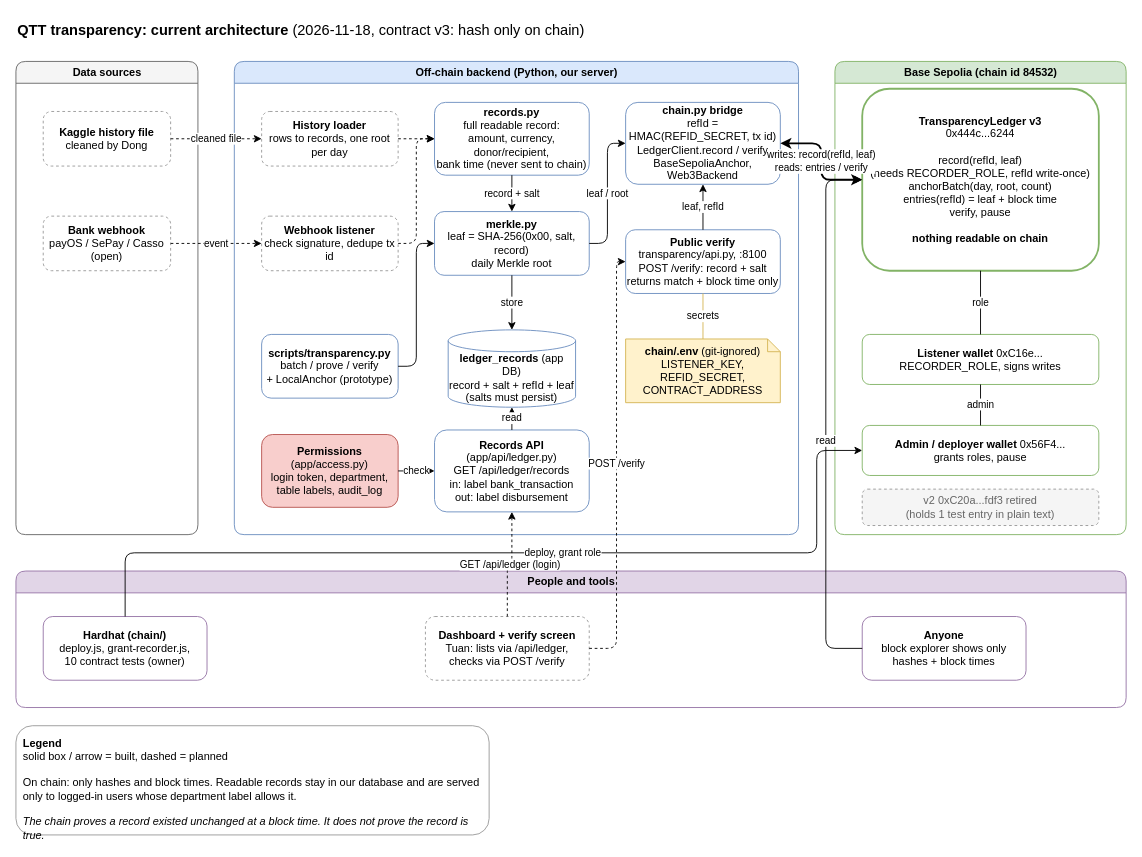
Above: docs/architecture.drawio in kyoya156/QTT-transparency-and-blockchain (draw.io), before the change. Source tidied: cells renumbered, new cells numbered last; positions are measured from the earlier drawing's top-left corner, leaving out a move shared by most shapes. Both pictures are drawn from the tidied source at 91%, with x=0, y=0 at pixel (15, 15).
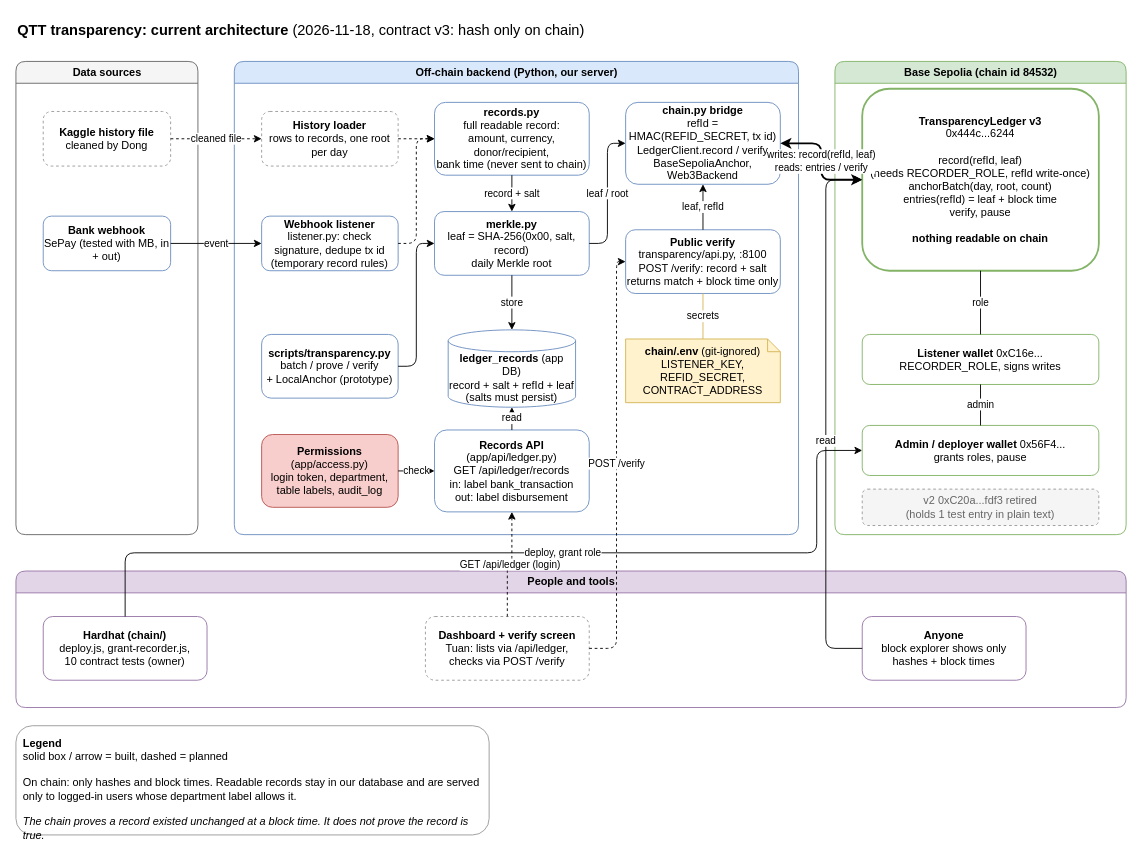
Above is the later version.

Unchanged cells that the change refers to:
```xml
<mxCell id="3" value="Data sources" style="swimlane;startSize=24;html=1;rounded=1;fillColor=#f5f5f5;strokeColor=#666666;" parent="1" vertex="1">
  <mxGeometry y="50" width="200" height="520" as="geometry" />
</mxCell>
<mxCell id="6" value="Off-chain backend (Python, our server)" style="swimlane;startSize=24;html=1;rounded=1;fillColor=#dae8fc;strokeColor=#6c8ebf;" parent="1" vertex="1">
  <mxGeometry x="240" y="50" width="620" height="520" as="geometry" />
</mxCell>
```

Diff of the diagram source:
```diff
@@
-    <mxCell id="5" value="&lt;b&gt;Bank webhook&lt;/b&gt;&lt;br&gt;payOS / SePay / Casso (open)" style="rounded=1;whiteSpace=wrap;html=1;dashed=1;fillColor=#ffffff;strokeColor=#999999;" parent="3" vertex="1">
+    <mxCell id="5" value="&lt;b&gt;Bank webhook&lt;/b&gt;&lt;br&gt;SePay (tested with MB, in + out)" style="rounded=1;whiteSpace=wrap;html=1;fillColor=#ffffff;strokeColor=#6c8ebf;" parent="3" vertex="1">
       <mxGeometry x="30" y="170" width="140" height="60" as="geometry" />
     </mxCell>
@@
-    <mxCell id="8" value="&lt;b&gt;Webhook listener&lt;/b&gt;&lt;br&gt;check signature, dedupe tx id" style="rounded=1;whiteSpace=wrap;html=1;dashed=1;fillColor=#ffffff;strokeColor=#999999;" parent="6" vertex="1">
+    <mxCell id="8" value="&lt;b&gt;Webhook listener&lt;/b&gt;&lt;br&gt;listener.py: check signature, dedupe tx id&lt;br&gt;(temporary record rules)" style="rounded=1;whiteSpace=wrap;html=1;fillColor=#ffffff;strokeColor=#6c8ebf;" parent="6" vertex="1">
       <mxGeometry x="30" y="170" width="150" height="60" as="geometry" />
     </mxCell>
@@
-    <mxCell id="36" value="event" style="edgeStyle=orthogonalEdgeStyle;rounded=1;html=1;defaultLabelBackgroundColor=page;dashed=1;" parent="1" edge="1" source="5" target="8">
+    <mxCell id="36" value="event" style="edgeStyle=orthogonalEdgeStyle;rounded=1;html=1;defaultLabelBackgroundColor=page;" parent="1" edge="1" source="5" target="8">
       <mxGeometry relative="1" as="geometry" />
     </mxCell>
```
